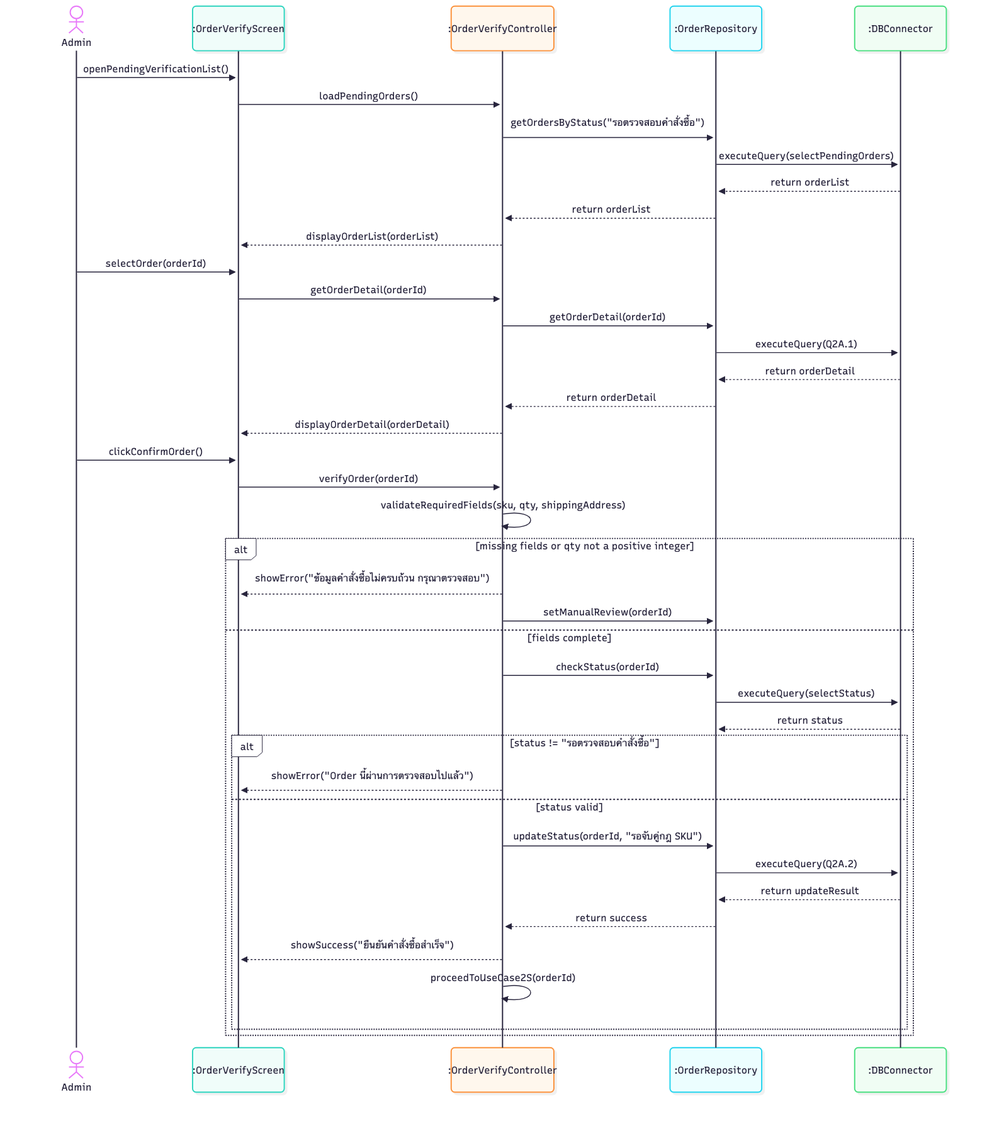
This is 03-chapter2-use-case-descriptions/diagrams/png/2A-sequence.png from xbpkdi/321-sa-proj, a Mermaid export, as it was before one commit. Its source is kept beside it as 03-chapter2-use-case-descriptions/diagrams/mmd/2A-sequence.mmd. Its diagram source:
```mermaid
sequenceDiagram
    actor Admin
    participant Screen as :OrderVerifyScreen
    participant OVC as :OrderVerifyController
    participant OrderRepo as :OrderRepository
    participant DB as :DBConnector

    Admin->>Screen: openPendingVerificationList()
    Screen->>OVC: loadPendingOrders()
    OVC->>OrderRepo: getOrdersByStatus("รอตรวจสอบคำสั่งซื้อ")
    OrderRepo->>DB: executeQuery(selectPendingOrders)
    DB-->>OrderRepo: return orderList
    OrderRepo-->>OVC: return orderList
    OVC-->>Screen: displayOrderList(orderList)

    Admin->>Screen: selectOrder(orderId)
    Screen->>OVC: getOrderDetail(orderId)
    OVC->>OrderRepo: getOrderDetail(orderId)
    OrderRepo->>DB: executeQuery(Q2A.1)
    DB-->>OrderRepo: return orderDetail
    OrderRepo-->>OVC: return orderDetail
    OVC-->>Screen: displayOrderDetail(orderDetail)

    Admin->>Screen: clickConfirmOrder()
    Screen->>OVC: verifyOrder(orderId)
    OVC->>OVC: validateRequiredFields(sku, qty, shippingAddress)
    alt missing fields or qty not a positive integer
        OVC-->>Screen: showError("ข้อมูลคำสั่งซื้อไม่ครบถ้วน กรุณาตรวจสอบ")
        OVC->>OrderRepo: setManualReview(orderId)
    else fields complete
        OVC->>OrderRepo: checkStatus(orderId)
        OrderRepo->>DB: executeQuery(selectStatus)
        DB-->>OrderRepo: return status
        alt status != "รอตรวจสอบคำสั่งซื้อ"
            OVC-->>Screen: showError("Order นี้ผ่านการตรวจสอบไปแล้ว")
        else status valid
            OVC->>OrderRepo: updateStatus(orderId, "รอจับคู่กฎ SKU")
            OrderRepo->>DB: executeQuery(Q2A.2)
            DB-->>OrderRepo: return updateResult
            OrderRepo-->>OVC: return success
            OVC-->>Screen: showSuccess("ยืนยันคำสั่งซื้อสำเร็จ")
            OVC->>OVC: proceedToUseCase2S(orderId)
        end
    end
```
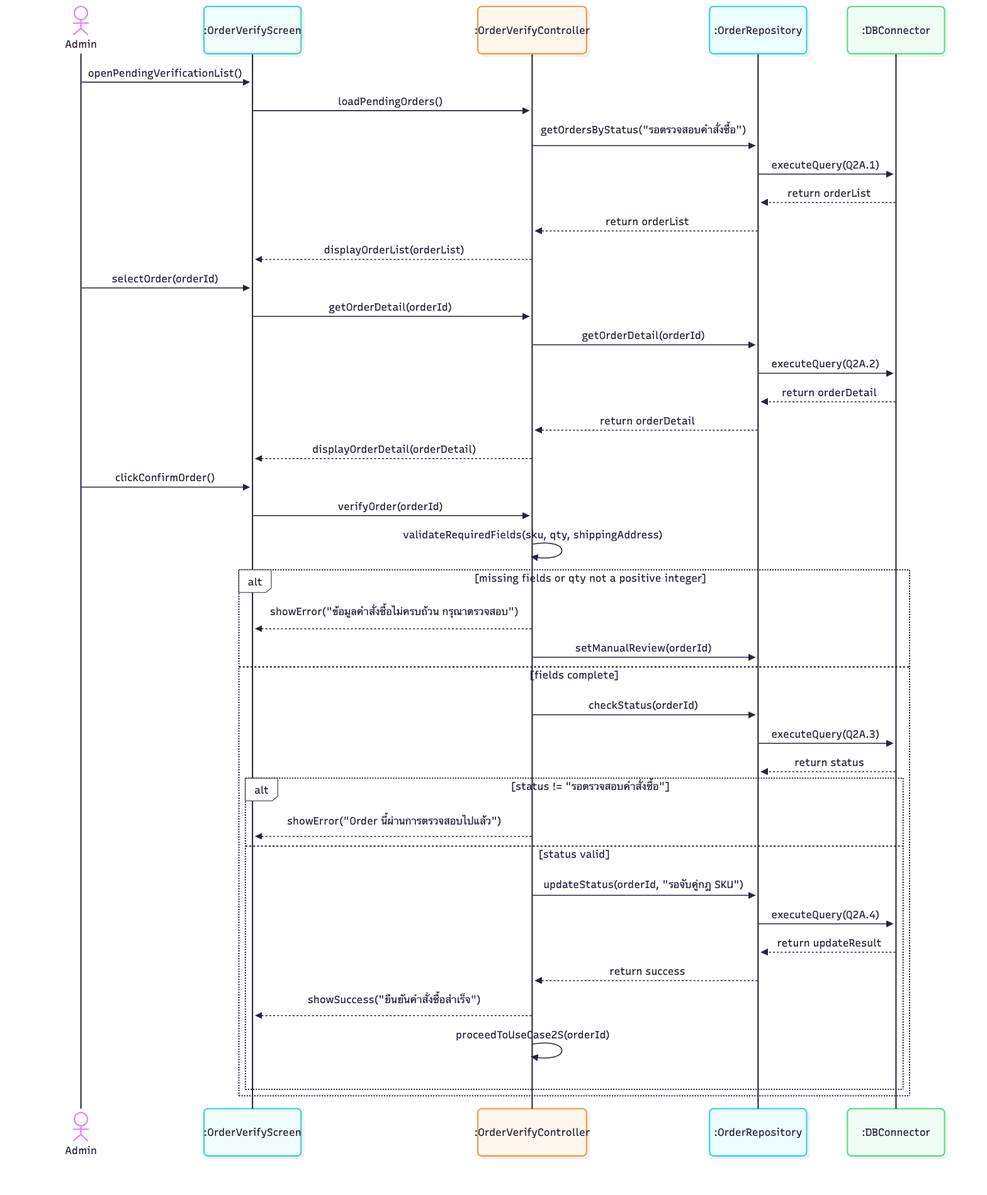
After the change.

The edit, as a diff of the source:
```diff
@@ -8,7 +8,7 @@
     Admin->>Screen: openPendingVerificationList()
     Screen->>OVC: loadPendingOrders()
     OVC->>OrderRepo: getOrdersByStatus("รอตรวจสอบคำสั่งซื้อ")
-    OrderRepo->>DB: executeQuery(selectPendingOrders)
+    OrderRepo->>DB: executeQuery(Q2A.1)
     DB-->>OrderRepo: return orderList
     OrderRepo-->>OVC: return orderList
     OVC-->>Screen: displayOrderList(orderList)
@@ -16,7 +16,7 @@
     Admin->>Screen: selectOrder(orderId)
     Screen->>OVC: getOrderDetail(orderId)
     OVC->>OrderRepo: getOrderDetail(orderId)
-    OrderRepo->>DB: executeQuery(Q2A.1)
+    OrderRepo->>DB: executeQuery(Q2A.2)
     DB-->>OrderRepo: return orderDetail
     OrderRepo-->>OVC: return orderDetail
     OVC-->>Screen: displayOrderDetail(orderDetail)
@@ -29,13 +29,13 @@
         OVC->>OrderRepo: setManualReview(orderId)
     else fields complete
         OVC->>OrderRepo: checkStatus(orderId)
-        OrderRepo->>DB: executeQuery(selectStatus)
+        OrderRepo->>DB: executeQuery(Q2A.3)
         DB-->>OrderRepo: return status
         alt status != "รอตรวจสอบคำสั่งซื้อ"
             OVC-->>Screen: showError("Order นี้ผ่านการตรวจสอบไปแล้ว")
         else status valid
             OVC->>OrderRepo: updateStatus(orderId, "รอจับคู่กฎ SKU")
-            OrderRepo->>DB: executeQuery(Q2A.2)
+            OrderRepo->>DB: executeQuery(Q2A.4)
             DB-->>OrderRepo: return updateResult
             OrderRepo-->>OVC: return success
             OVC-->>Screen: showSuccess("ยืนยันคำสั่งซื้อสำเร็จ")
```
